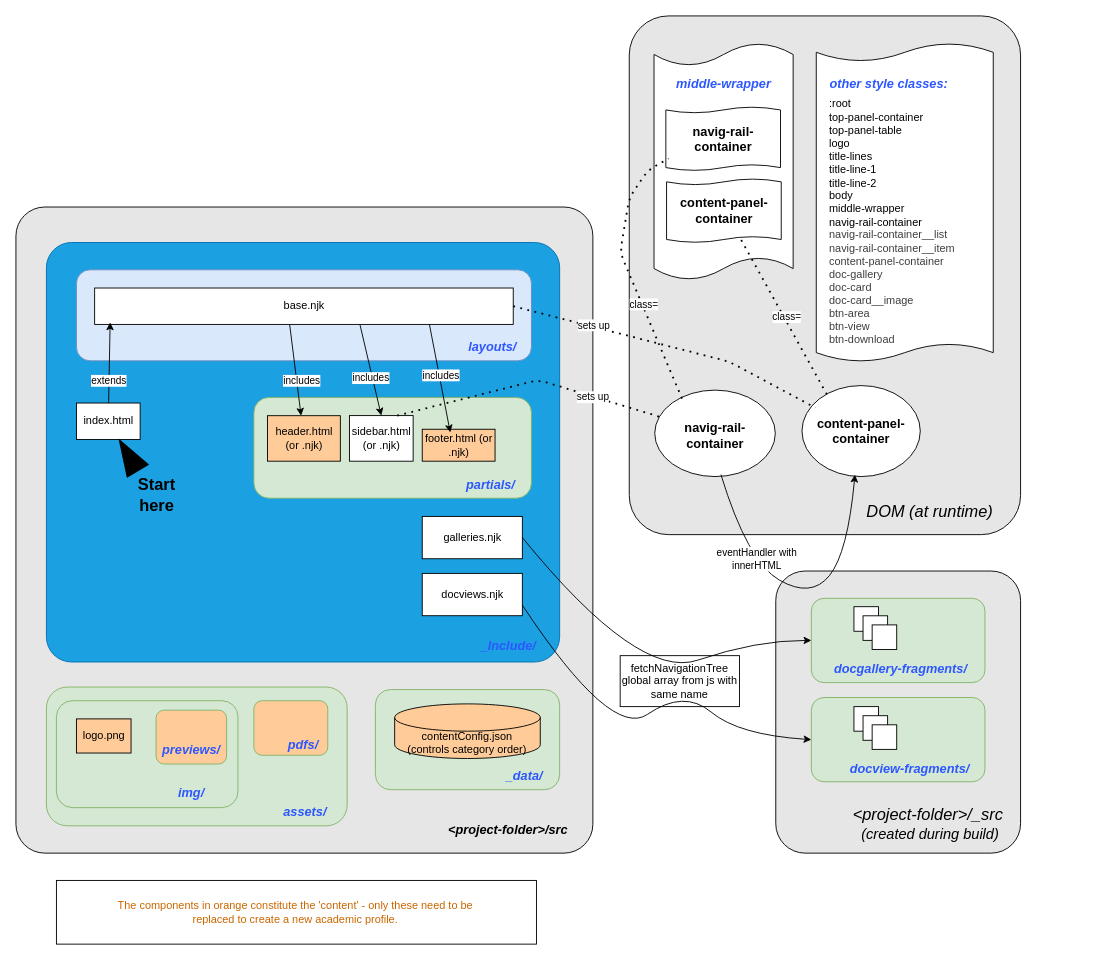
johnoos/fragment-gallery keeps this draw.io diagram as src/nunjucks architecture.drawio. Above is the earlier version. Source tidied: cells renumbered, new cells numbered last; positions are measured from the earlier drawing's top-left corner, leaving out a move shared by most shapes. Both pictures are drawn from the tidied source at 91%, with x=0, y=0 at pixel (15, 15).
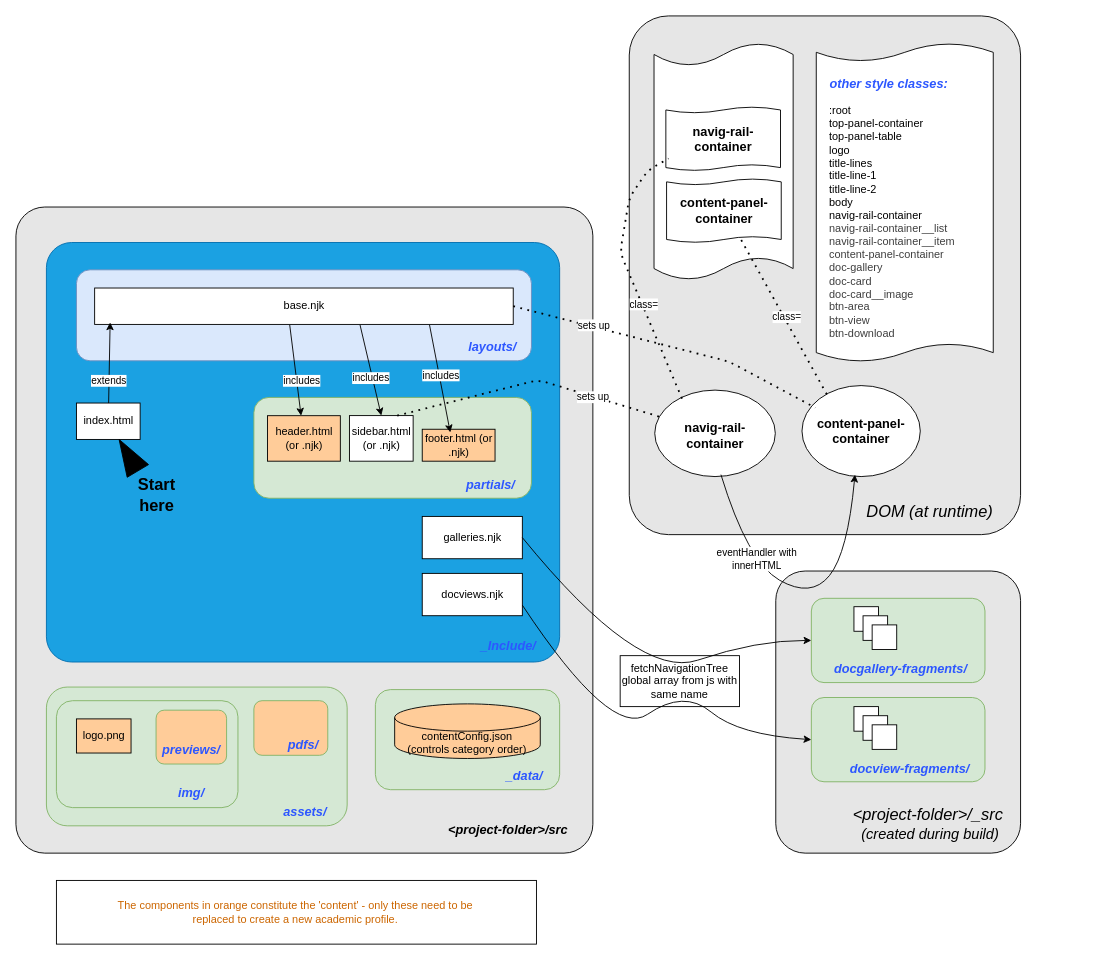
After the change.

Change to the diagram source:
```diff
@@
-    <mxCell id="41" value="&lt;i&gt;&lt;font color=&quot;#2d57ff&quot; style=&quot;font-size: 14px;&quot;&gt;&lt;b style=&quot;&quot;&gt;middle-wrapper&lt;/b&gt;&lt;/font&gt;&lt;/i&gt;" style="text;html=1;align=center;verticalAlign=middle;whiteSpace=wrap;rounded=0;" parent="1" vertex="1">
+    <mxCell id="41" value="&lt;i&gt;&lt;font color=&quot;#2d57ff&quot; style=&quot;font-size: 14px;&quot;&gt;&lt;b style=&quot;&quot;&gt;&lt;/b&gt;&lt;/font&gt;&lt;/i&gt;" style="text;html=1;align=center;verticalAlign=middle;whiteSpace=wrap;rounded=0;" parent="1" vertex="1">
       <mxGeometry x="682.9" y="60" width="190" height="30" as="geometry" />
     </mxCell>
@@
-    <mxCell id="59" value=":root&lt;div&gt;top-panel-container&lt;/div&gt;&lt;div&gt;top-panel-table&lt;/div&gt;&lt;div&gt;logo&lt;/div&gt;&lt;div&gt;title-lines&lt;/div&gt;&lt;div&gt;title-line-1&lt;/div&gt;&lt;div&gt;title-line-2&lt;/div&gt;&lt;div&gt;body&lt;/div&gt;&lt;div&gt;middle-wrapper&lt;/div&gt;&lt;div&gt;navig-rail-container&lt;/div&gt;&lt;div&gt;&lt;span style=&quot;color: rgb(63, 63, 63);&quot;&gt;navig-rail-container__list&lt;/span&gt;&lt;/div&gt;&lt;div&gt;&lt;span style=&quot;color: rgb(63, 63, 63); background-color: transparent;&quot;&gt;navig-rail-container__item&lt;/span&gt;&lt;/div&gt;&lt;div&gt;&lt;span style=&quot;color: rgb(63, 63, 63); background-color: transparent;&quot;&gt;content-panel-container&lt;/span&gt;&lt;/div&gt;&lt;div&gt;&lt;span style=&quot;color: rgb(63, 63, 63); background-color: transparent;&quot;&gt;doc-gallery&lt;/span&gt;&lt;/div&gt;&lt;div&gt;&lt;span style=&quot;color: rgb(63, 63, 63); background-color: transparent;&quot;&gt;doc-card&lt;/span&gt;&lt;/div&gt;&lt;div&gt;&lt;span style=&quot;color: rgb(63, 63, 63); background-color: transparent;&quot;&gt;doc-card__image&lt;/span&gt;&lt;/div&gt;&lt;div&gt;&lt;span style=&quot;color: rgb(63, 63, 63); background-color: transparent;&quot;&gt;btn-area&lt;/span&gt;&lt;/div&gt;&lt;div&gt;&lt;span style=&quot;color: rgb(63, 63, 63); background-color: transparent;&quot;&gt;btn-view&lt;/span&gt;&lt;/div&gt;&lt;div&gt;&lt;span style=&quot;color: rgb(63, 63, 63); background-color: transparent;&quot;&gt;btn-download&lt;/span&gt;&lt;/div&gt;&lt;div&gt;&lt;span style=&quot;color: rgb(63, 63, 63); background-color: transparent;&quot;&gt;&lt;br&gt;&lt;/span&gt;&lt;/div&gt;&lt;div&gt;&lt;span style=&quot;color: rgb(63, 63, 63); background-color: transparent;&quot;&gt;&lt;br&gt;&lt;/span&gt;&lt;/div&gt;&lt;div&gt;&lt;span style=&quot;color: rgb(63, 63, 63); background-color: transparent;&quot;&gt;&lt;br&gt;&lt;/span&gt;&lt;/div&gt;&lt;div&gt;&lt;br&gt;&lt;/div&gt;&lt;div&gt;&lt;br&gt;&lt;/div&gt;&lt;div&gt;&lt;br&gt;&lt;/div&gt;&lt;div&gt;&lt;br&gt;&lt;/div&gt;&lt;div&gt;&lt;br&gt;&lt;/div&gt;" style="text;html=1;align=left;verticalAlign=middle;whiteSpace=wrap;rounded=0;" parent="1" vertex="1">
+    <mxCell id="59" value=":root&lt;div&gt;top-panel-container&lt;/div&gt;&lt;div&gt;top-panel-table&lt;/div&gt;&lt;div&gt;logo&lt;/div&gt;&lt;div&gt;title-lines&lt;/div&gt;&lt;div&gt;title-line-1&lt;/div&gt;&lt;div&gt;title-line-2&lt;/div&gt;&lt;div&gt;body&lt;/div&gt;&lt;div&gt;&lt;/div&gt;&lt;div&gt;navig-rail-container&lt;/div&gt;&lt;div&gt;&lt;span style=&quot;color: rgb(63, 63, 63);&quot;&gt;navig-rail-container__list&lt;/span&gt;&lt;/div&gt;&lt;div&gt;&lt;span style=&quot;color: rgb(63, 63, 63); background-color: transparent;&quot;&gt;navig-rail-container__item&lt;/span&gt;&lt;/div&gt;&lt;div&gt;&lt;span style=&quot;color: rgb(63, 63, 63); background-color: transparent;&quot;&gt;content-panel-container&lt;/span&gt;&lt;/div&gt;&lt;div&gt;&lt;span style=&quot;color: rgb(63, 63, 63); background-color: transparent;&quot;&gt;doc-gallery&lt;/span&gt;&lt;/div&gt;&lt;div&gt;&lt;span style=&quot;color: rgb(63, 63, 63); background-color: transparent;&quot;&gt;doc-card&lt;/span&gt;&lt;/div&gt;&lt;div&gt;&lt;span style=&quot;color: rgb(63, 63, 63); background-color: transparent;&quot;&gt;doc-card__image&lt;/span&gt;&lt;/div&gt;&lt;div&gt;&lt;span style=&quot;color: rgb(63, 63, 63); background-color: transparent;&quot;&gt;btn-area&lt;/span&gt;&lt;/div&gt;&lt;div&gt;&lt;span style=&quot;color: rgb(63, 63, 63); background-color: transparent;&quot;&gt;btn-view&lt;/span&gt;&lt;/div&gt;&lt;div&gt;&lt;span style=&quot;color: rgb(63, 63, 63); background-color: transparent;&quot;&gt;btn-download&lt;/span&gt;&lt;/div&gt;&lt;div&gt;&lt;span style=&quot;color: rgb(63, 63, 63); background-color: transparent;&quot;&gt;&lt;br&gt;&lt;/span&gt;&lt;/div&gt;&lt;div&gt;&lt;span style=&quot;color: rgb(63, 63, 63); background-color: transparent;&quot;&gt;&lt;br&gt;&lt;/span&gt;&lt;/div&gt;&lt;div&gt;&lt;span style=&quot;color: rgb(63, 63, 63); background-color: transparent;&quot;&gt;&lt;br&gt;&lt;/span&gt;&lt;/div&gt;&lt;div&gt;&lt;br&gt;&lt;/div&gt;&lt;div&gt;&lt;br&gt;&lt;/div&gt;&lt;div&gt;&lt;br&gt;&lt;/div&gt;&lt;div&gt;&lt;br&gt;&lt;/div&gt;&lt;div&gt;&lt;br&gt;&lt;/div&gt;" style="text;html=1;align=left;verticalAlign=middle;whiteSpace=wrap;rounded=0;" parent="1" vertex="1">
       <mxGeometry x="892.2" y="228" width="191.8" height="111" as="geometry" />
     </mxCell>
```
